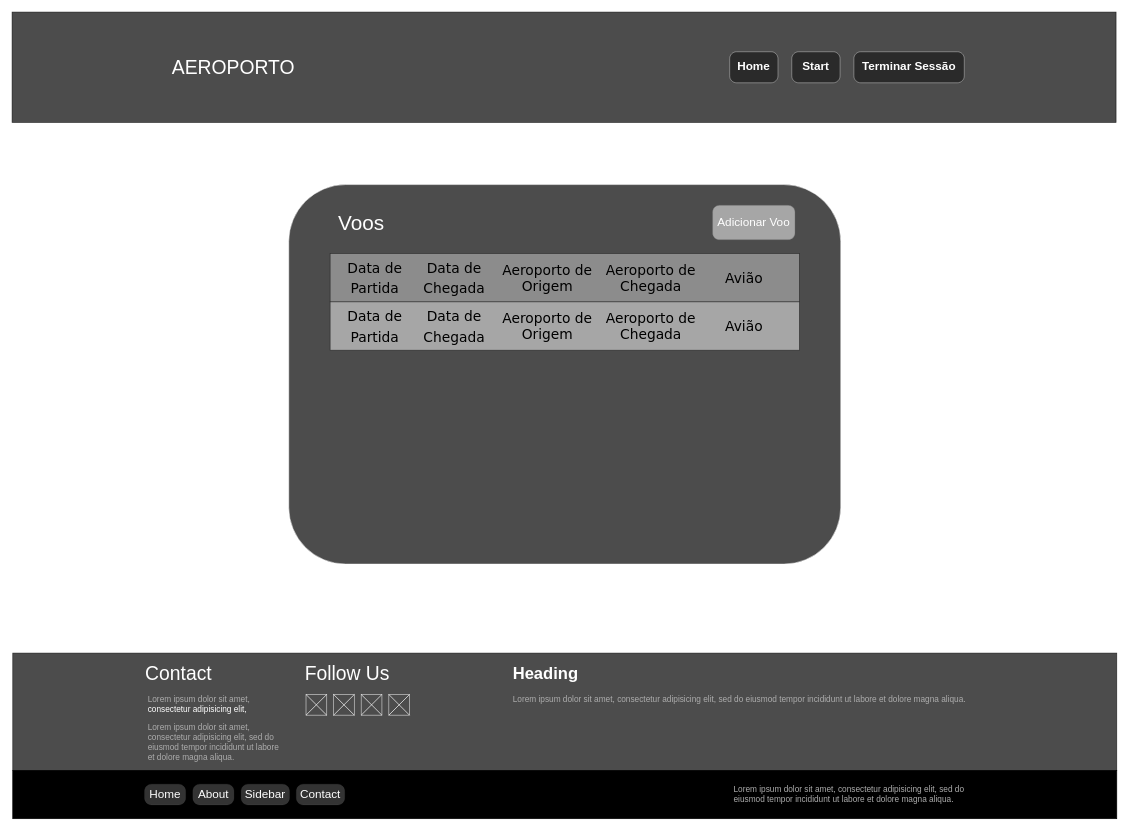
This is doc/Wireframes/DRAWIO/VerVoos.drawio from GabrielMCS01/PSI_PWS_PL1-A, a draw.io file, before an edit. Source tidied: cells renumbered, new cells numbered last; positions are measured from the earlier drawing's top-left corner, leaving out a move shared by most shapes. Both pictures are drawn from the tidied source at 69%, with x=0, y=0 at pixel (12, 12).
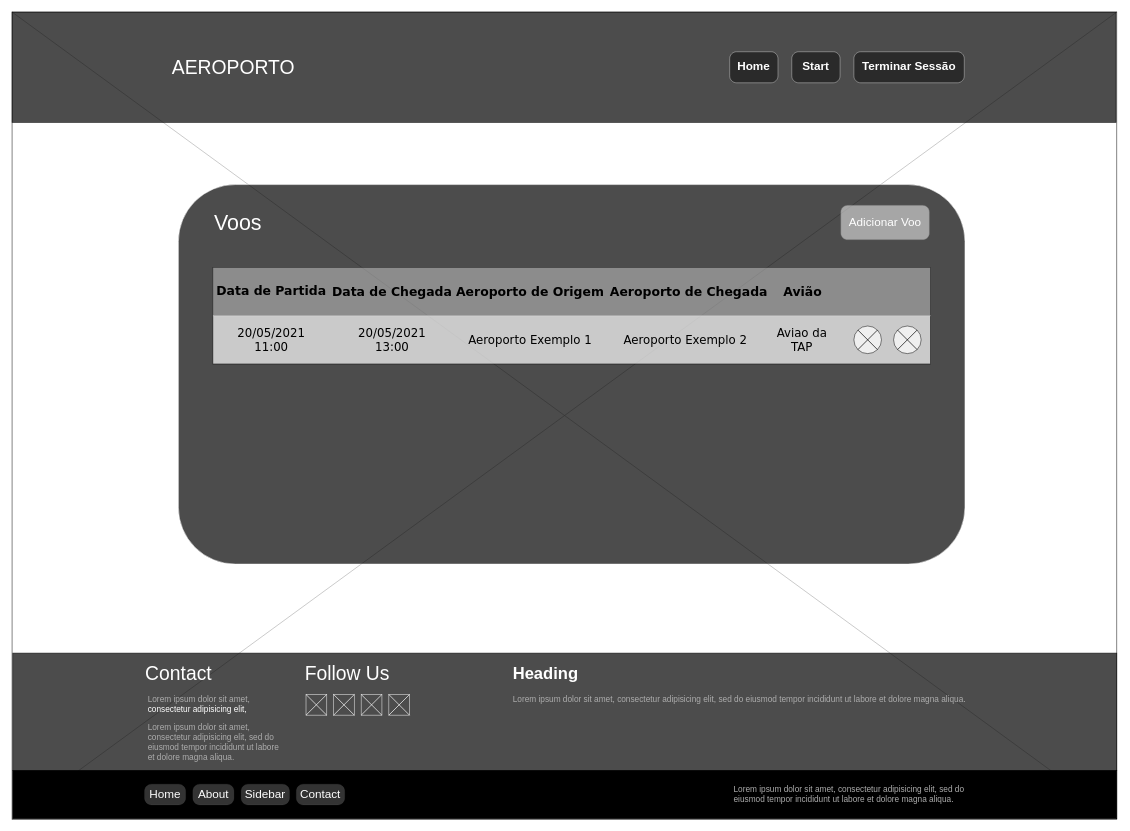
The same diagram, later.

Commit message (it also covers changes not shown here):
Adicionadas Mockups relativos aos Voos

The change refers to these unchanged cells:
```xml
<mxCell id="5" style="rounded=0;whiteSpace=wrap;html=1;fillColor=#000000;opacity=70;" parent="1" vertex="1">
  <mxGeometry width="1600" height="160" as="geometry" />
</mxCell>
<mxCell id="12" style="rounded=0;whiteSpace=wrap;html=1;fillColor=#000000;" parent="1" vertex="1">
  <mxGeometry x="1" y="1099" width="1600" height="70" as="geometry" />
</mxCell>
```

Diff of the diagram source:
```diff
@@
+    <mxCell id="46" style="edgeStyle=none;rounded=0;jettySize=auto;html=1;exitX=0;exitY=1;exitDx=0;exitDy=0;entryX=1;entryY=0;entryDx=0;entryDy=0;endArrow=none;endFill=0;strokeColor=#000000;" parent="1" edge="1" source="12" target="48">
+      <mxGeometry relative="1" as="geometry" />
+    </mxCell>
+    <mxCell id="47" style="edgeStyle=none;rounded=0;jettySize=auto;html=1;exitX=1;exitY=1;exitDx=0;exitDy=0;entryX=0;entryY=0;entryDx=0;entryDy=0;endArrow=none;endFill=0;strokeColor=#000000;" parent="1" edge="1" source="12" target="5">
+      <mxGeometry relative="1" as="geometry" />
+    </mxCell>
+    <mxCell id="48" style="rounded=0;whiteSpace=wrap;html=1;fillColor=#FFFFFF;opacity=70;" parent="1" vertex="1">
+      <mxGeometry width="1601" height="1170" as="geometry" />
+    </mxCell>
     <mxCell id="2" style="rounded=1;whiteSpace=wrap;html=1;strokeColor=#FFFFFF;gradientColor=none;fillColor=#000000;opacity=70;" parent="1" vertex="1">
-      <mxGeometry x="401" y="250" width="800" height="550" as="geometry" />
+      <mxGeometry x="241" y="250" width="1140" height="550" as="geometry" />
     </mxCell>
-    <mxCell id="3" value="&lt;div&gt;&lt;span style=&quot;font-size: 30px ; color: rgb(255 , 255 , 255)&quot;&gt;Voos&lt;/span&gt;&lt;/div&gt;" style="text;html=1;strokeColor=none;fillColor=none;align=left;verticalAlign=middle;whiteSpace=wrap;rounded=0;opacity=50;" parent="1" vertex="1">
-      <mxGeometry x="471" y="295" width="210.5" height="20" as="geometry" />
+    <mxCell id="3" value="&lt;div&gt;&lt;span style=&quot;color: rgb(255 , 255 , 255)&quot;&gt;&lt;font style=&quot;font-size: 31px&quot;&gt;Voos&lt;/font&gt;&lt;/span&gt;&lt;/div&gt;" style="text;html=1;strokeColor=none;fillColor=none;align=left;verticalAlign=middle;whiteSpace=wrap;rounded=0;opacity=50;" parent="1" vertex="1">
+      <mxGeometry x="291" y="295" width="210.5" height="20" as="geometry" />
     </mxCell>
     <mxCell id="4" value="&lt;span style=&quot;font-weight: 400&quot;&gt;Adicionar Voo&lt;/span&gt;" style="strokeWidth=1;shadow=0;dashed=0;align=center;html=1;shape=mxgraph.mockup.buttons.button;strokeColor=#666666;fontColor=#ffffff;mainText=;buttonStyle=round;fontSize=17;fontStyle=1;whiteSpace=wrap;opacity=50;fillColor=#FFFFFF;" parent="1" vertex="1">
-      <mxGeometry x="1015.2" y="280" width="119.5" height="50" as="geometry" />
+      <mxGeometry x="1201" y="280" width="128.5" height="50" as="geometry" />
     </mxCell>
@@
     <mxCell id="34" style="rounded=0;whiteSpace=wrap;html=1;fillColor=#CCCCCC;opacity=50;" parent="1" vertex="1">
-      <mxGeometry x="461" y="350" width="680" height="70" as="geometry" />
+      <mxGeometry x="291" y="370" width="1040" height="70" as="geometry" />
     </mxCell>
-    <mxCell id="35" value="&lt;font size=&quot;1&quot; face=&quot;Verdana&quot;&gt;&lt;span style=&quot;line-height: 150% ; font-size: 20px&quot;&gt;Data de Partida&lt;/span&gt;&lt;/font&gt;" style="text;html=1;strokeColor=none;fillColor=none;align=center;verticalAlign=middle;whiteSpace=wrap;rounded=0;opacity=50;" parent="1" vertex="1">
-      <mxGeometry x="461" y="350" width="130" height="70" as="geometry" />
+    <mxCell id="35" value="&lt;font size=&quot;1&quot; face=&quot;Verdana&quot;&gt;&lt;span style=&quot;line-height: 150%&quot;&gt;&lt;b style=&quot;font-size: 18px&quot;&gt;Data de Partida&lt;/b&gt;&lt;/span&gt;&lt;/font&gt;" style="text;html=1;strokeColor=none;fillColor=none;align=center;verticalAlign=middle;whiteSpace=wrap;rounded=0;opacity=50;" parent="1" vertex="1">
+      <mxGeometry x="291" y="370" width="170" height="70" as="geometry" />
     </mxCell>
-    <mxCell id="36" value="&lt;font size=&quot;1&quot; face=&quot;Verdana&quot;&gt;&lt;span style=&quot;line-height: 150% ; font-size: 20px&quot;&gt;Data de Chegada&lt;/span&gt;&lt;/font&gt;" style="text;html=1;strokeColor=none;fillColor=none;align=center;verticalAlign=middle;whiteSpace=wrap;rounded=0;opacity=50;" parent="1" vertex="1">
-      <mxGeometry x="576" y="350" width="130" height="70" as="geometry" />
+    <mxCell id="36" value="&lt;font size=&quot;1&quot; face=&quot;Verdana&quot;&gt;&lt;span style=&quot;line-height: 150% ; font-size: 18px&quot;&gt;&lt;b&gt;Data de Chegada&lt;/b&gt;&lt;/span&gt;&lt;/font&gt;" style="text;html=1;strokeColor=none;fillColor=none;align=center;verticalAlign=middle;whiteSpace=wrap;rounded=0;opacity=50;" parent="1" vertex="1">
+      <mxGeometry x="461" y="370" width="180" height="70" as="geometry" />
     </mxCell>
-    <mxCell id="37" value="&lt;font face=&quot;Verdana&quot;&gt;&lt;span style=&quot;font-size: 20px&quot;&gt;Aeroporto de Origem&lt;/span&gt;&lt;/font&gt;" style="text;html=1;strokeColor=none;fillColor=none;align=center;verticalAlign=middle;whiteSpace=wrap;rounded=0;opacity=50;" parent="1" vertex="1">
-      <mxGeometry x="701" y="350" width="150" height="70" as="geometry" />
+    <mxCell id="37" value="&lt;font face=&quot;Verdana&quot; style=&quot;font-size: 18px&quot;&gt;&lt;b&gt;Aeroporto de Origem&lt;/b&gt;&lt;/font&gt;" style="text;html=1;strokeColor=none;fillColor=none;align=center;verticalAlign=middle;whiteSpace=wrap;rounded=0;opacity=50;" parent="1" vertex="1">
+      <mxGeometry x="641" y="370" width="220" height="70" as="geometry" />
     </mxCell>
-    <mxCell id="38" value="&lt;font face=&quot;Verdana&quot;&gt;&lt;span style=&quot;font-size: 20px&quot;&gt;Aeroporto de Chegada&lt;/span&gt;&lt;/font&gt;" style="text;html=1;strokeColor=none;fillColor=none;align=center;verticalAlign=middle;whiteSpace=wrap;rounded=0;opacity=50;" parent="1" vertex="1">
-      <mxGeometry x="851" y="350" width="150" height="70" as="geometry" />
+    <mxCell id="38" value="&lt;font face=&quot;Verdana&quot; style=&quot;font-size: 18px&quot;&gt;&lt;b&gt;Aeroporto de Chegada&lt;/b&gt;&lt;/font&gt;" style="text;html=1;strokeColor=none;fillColor=none;align=center;verticalAlign=middle;whiteSpace=wrap;rounded=0;opacity=50;" parent="1" vertex="1">
+      <mxGeometry x="861" y="370" width="240" height="70" as="geometry" />
     </mxCell>
-    <mxCell id="39" value="&lt;font face=&quot;Verdana&quot;&gt;&lt;span style=&quot;font-size: 20px&quot;&gt;Avião&lt;/span&gt;&lt;/font&gt;" style="text;html=1;strokeColor=none;fillColor=none;align=center;verticalAlign=middle;whiteSpace=wrap;rounded=0;opacity=50;" parent="1" vertex="1">
-      <mxGeometry x="991" y="350" width="140" height="70" as="geometry" />
+    <mxCell id="39" value="&lt;font face=&quot;Verdana&quot; style=&quot;font-size: 18px&quot;&gt;&lt;b&gt;Avião&lt;/b&gt;&lt;/font&gt;" style="text;html=1;strokeColor=none;fillColor=none;align=center;verticalAlign=middle;whiteSpace=wrap;rounded=0;opacity=50;" parent="1" vertex="1">
+      <mxGeometry x="1101" y="370" width="90" height="70" as="geometry" />
     </mxCell>
-    <mxCell id="40" style="rounded=0;whiteSpace=wrap;html=1;opacity=50;fillColor=#FFFFFF;" parent="1" vertex="1">
-      <mxGeometry x="461" y="420" width="680" height="70" as="geometry" />
-    </mxCell>
-    <mxCell id="41" value="&lt;font size=&quot;1&quot; face=&quot;Verdana&quot;&gt;&lt;span style=&quot;line-height: 150% ; font-size: 20px&quot;&gt;Data de Partida&lt;/span&gt;&lt;/font&gt;" style="text;html=1;strokeColor=none;fillColor=none;align=center;verticalAlign=middle;whiteSpace=wrap;rounded=0;opacity=50;" parent="1" vertex="1">
-      <mxGeometry x="461" y="420" width="130" height="70" as="geometry" />
-    </mxCell>
-    <mxCell id="42" value="&lt;font size=&quot;1&quot; face=&quot;Verdana&quot;&gt;&lt;span style=&quot;line-height: 150% ; font-size: 20px&quot;&gt;Data de Chegada&lt;/span&gt;&lt;/font&gt;" style="text;html=1;strokeColor=none;fillColor=none;align=center;verticalAlign=middle;whiteSpace=wrap;rounded=0;opacity=50;" parent="1" vertex="1">
-      <mxGeometry x="576" y="420" width="130" height="70" as="geometry" />
-    </mxCell>
-    <mxCell id="43" value="&lt;font face=&quot;Verdana&quot;&gt;&lt;span style=&quot;font-size: 20px&quot;&gt;Aeroporto de Origem&lt;/span&gt;&lt;/font&gt;" style="text;html=1;strokeColor=none;fillColor=none;align=center;verticalAlign=middle;whiteSpace=wrap;rounded=0;opacity=50;" parent="1" vertex="1">
-      <mxGeometry x="701" y="420" width="150" height="70" as="geometry" />
-    </mxCell>
-    <mxCell id="44" value="&lt;font face=&quot;Verdana&quot;&gt;&lt;span style=&quot;font-size: 20px&quot;&gt;Aeroporto de Chegada&lt;/span&gt;&lt;/font&gt;" style="text;html=1;strokeColor=none;fillColor=none;align=center;verticalAlign=middle;whiteSpace=wrap;rounded=0;opacity=50;" parent="1" vertex="1">
-      <mxGeometry x="851" y="420" width="150" height="70" as="geometry" />
-    </mxCell>
-    <mxCell id="45" value="&lt;font face=&quot;Verdana&quot;&gt;&lt;span style=&quot;font-size: 20px&quot;&gt;Avião&lt;/span&gt;&lt;/font&gt;" style="text;html=1;strokeColor=none;fillColor=none;align=center;verticalAlign=middle;whiteSpace=wrap;rounded=0;opacity=50;" parent="1" vertex="1">
-      <mxGeometry x="991" y="420" width="140" height="70" as="geometry" />
-    </mxCell>
+    <mxCell id="49" style="rounded=0;whiteSpace=wrap;html=1;fillColor=#FFFFFF;opacity=70;" parent="1" vertex="1">
+      <mxGeometry x="291" y="440" width="1040" height="70" as="geometry" />
+    </mxCell>
+    <mxCell id="50" value="&lt;font face=&quot;Verdana&quot; style=&quot;font-size: 17px&quot;&gt;&lt;span&gt;20/05/2021&lt;br&gt;11:00&lt;br&gt;&lt;/span&gt;&lt;/font&gt;" style="text;html=1;strokeColor=none;fillColor=none;align=center;verticalAlign=middle;whiteSpace=wrap;rounded=0;opacity=50;" parent="1" vertex="1">
+      <mxGeometry x="291" y="440" width="170" height="70" as="geometry" />
+    </mxCell>
+    <mxCell id="51" value="&lt;font face=&quot;Verdana&quot; style=&quot;font-size: 17px&quot;&gt;&lt;span&gt;20/05/2021&lt;br&gt;13:00&lt;br&gt;&lt;/span&gt;&lt;/font&gt;" style="text;html=1;strokeColor=none;fillColor=none;align=center;verticalAlign=middle;whiteSpace=wrap;rounded=0;opacity=50;" parent="1" vertex="1">
+      <mxGeometry x="461" y="440" width="180" height="70" as="geometry" />
+    </mxCell>
+    <mxCell id="52" value="&lt;font face=&quot;Verdana&quot; style=&quot;font-size: 17px&quot;&gt;Aeroporto Exemplo 1&lt;/font&gt;" style="text;html=1;strokeColor=none;fillColor=none;align=center;verticalAlign=middle;whiteSpace=wrap;rounded=0;opacity=50;" parent="1" vertex="1">
+      <mxGeometry x="641" y="440" width="220" height="70" as="geometry" />
+    </mxCell>
+    <mxCell id="53" value="&lt;font face=&quot;Verdana&quot; style=&quot;font-size: 17px&quot;&gt;Aeroporto Exemplo 2&lt;/font&gt;" style="text;html=1;strokeColor=none;fillColor=none;align=center;verticalAlign=middle;whiteSpace=wrap;rounded=0;opacity=50;" parent="1" vertex="1">
+      <mxGeometry x="861" y="440" width="230" height="70" as="geometry" />
+    </mxCell>
+    <mxCell id="54" value="&lt;font face=&quot;Verdana&quot; style=&quot;font-size: 17px&quot;&gt;Aviao da TAP&lt;/font&gt;" style="text;html=1;strokeColor=none;fillColor=none;align=center;verticalAlign=middle;whiteSpace=wrap;rounded=0;opacity=50;" parent="1" vertex="1">
+      <mxGeometry x="1090" y="440" width="110" height="70" as="geometry" />
+    </mxCell>
+    <mxCell id="55" style="endArrow=none;html=1;entryX=0;entryY=0;entryDx=0;entryDy=0;exitX=1;exitY=0;exitDx=0;exitDy=0;strokeColor=#FFFFFF;" parent="1" edge="1" source="49" target="50">
+      <mxGeometry relative="1" as="geometry" />
+    </mxCell>
+    <mxCell id="56" style="ellipse;whiteSpace=wrap;html=1;fillColor=#FFFFFF;opacity=70;" parent="1" vertex="1">
+      <mxGeometry x="1220" y="455" width="40" height="40" as="geometry" />
+    </mxCell>
+    <mxCell id="57" style="rounded=0;orthogonalLoop=1;jettySize=auto;html=1;exitX=0;exitY=1;exitDx=0;exitDy=0;entryX=1;entryY=0;entryDx=0;entryDy=0;endArrow=none;endFill=0;" parent="1" edge="1" source="56" target="56">
+      <mxGeometry relative="1" as="geometry" />
+    </mxCell>
+    <mxCell id="58" style="edgeStyle=none;rounded=0;orthogonalLoop=1;jettySize=auto;html=1;exitX=1;exitY=1;exitDx=0;exitDy=0;entryX=0;entryY=0;entryDx=0;entryDy=0;endArrow=none;endFill=0;strokeColor=#000000;" parent="1" edge="1" source="56" target="56">
+      <mxGeometry relative="1" as="geometry" />
+    </mxCell>
+    <mxCell id="59" style="ellipse;whiteSpace=wrap;html=1;fillColor=#FFFFFF;opacity=70;" parent="1" vertex="1">
+      <mxGeometry x="1277.5" y="455" width="40" height="40" as="geometry" />
+    </mxCell>
+    <mxCell id="60" style="edgeStyle=none;rounded=0;orthogonalLoop=1;jettySize=auto;html=1;exitX=0;exitY=1;exitDx=0;exitDy=0;entryX=1;entryY=0;entryDx=0;entryDy=0;endArrow=none;endFill=0;strokeColor=#000000;" parent="1" edge="1" source="59" target="59">
+      <mxGeometry relative="1" as="geometry" />
+    </mxCell>
+    <mxCell id="61" style="edgeStyle=none;rounded=0;orthogonalLoop=1;jettySize=auto;html=1;exitX=1;exitY=1;exitDx=0;exitDy=0;entryX=0;entryY=0;entryDx=0;entryDy=0;endArrow=none;endFill=0;strokeColor=#000000;" parent="1" edge="1" source="59" target="59">
+      <mxGeometry relative="1" as="geometry" />
+    </mxCell>
```
